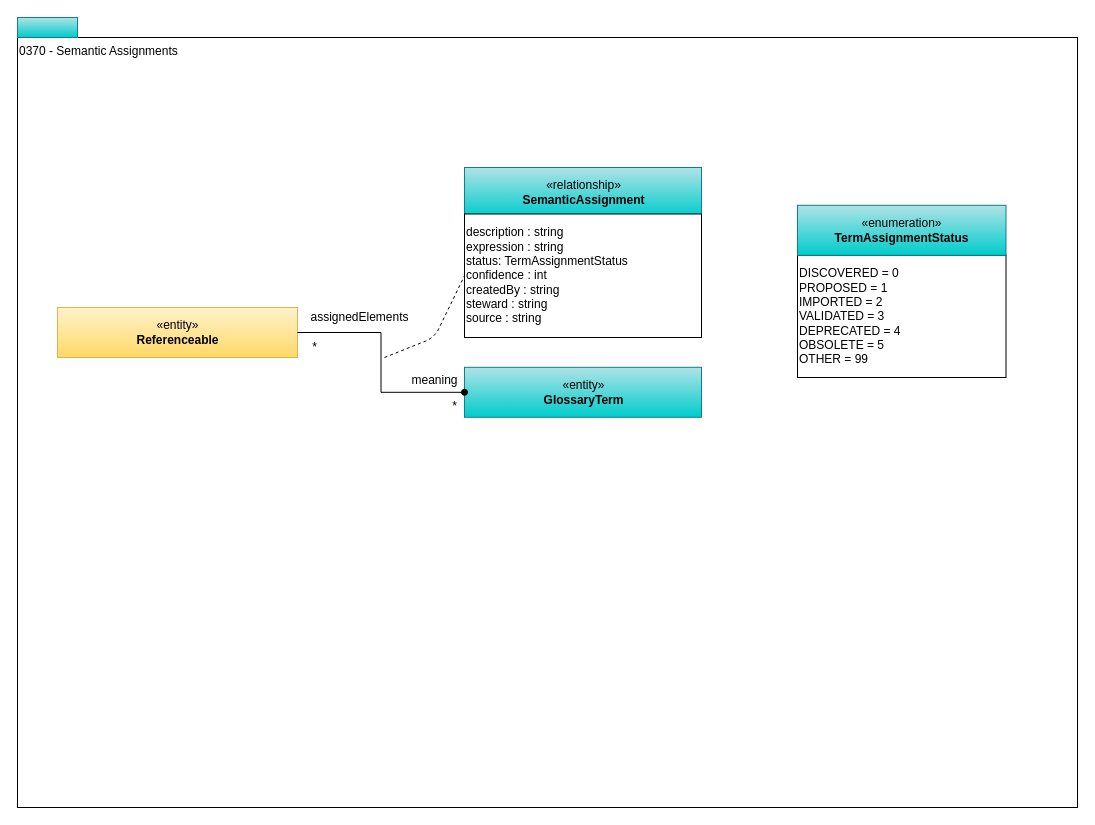
Above: page "0370-Semantic-Assignment" (9 of 14) of site/docs/types/3/area-3-glossary.drawio in odpi/egeria-docs (draw.io), before the change. Source tidied: cells renumbered, new cells numbered last; positions are measured from the earlier drawing's top-left corner, leaving out a move shared by most shapes. Both pictures are drawn from the tidied source at 100%, with x=0, y=0 at pixel (17, 17).
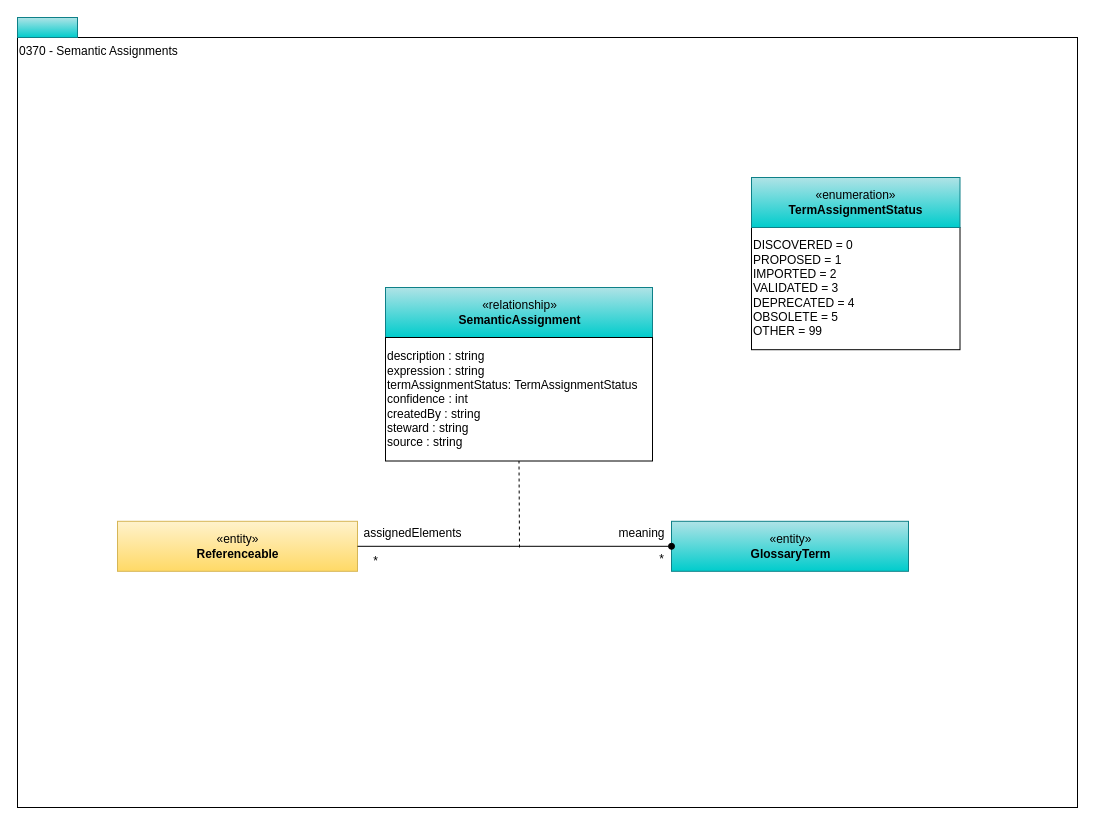
After the change.

Diff of the diagram source:
```diff
@@
 <mxGraphModel>
   <root>
     <mxCell id="0" />
     <mxCell id="1" parent="0" />
     <mxCell id="2" value="0370 - Semantic Assignments" style="rounded=0;whiteSpace=wrap;html=1;align=left;verticalAlign=top;" parent="1" vertex="1">
       <mxGeometry y="20" width="1060" height="770" as="geometry" />
     </mxCell>
     <mxCell id="3" style="rounded=0;whiteSpace=wrap;html=1;align=left;fillColor=#b0e3e6;strokeColor=#0e8088;gradientColor=#00CCCC;" parent="1" vertex="1">
       <mxGeometry width="60" height="20" as="geometry" />
     </mxCell>
     <mxCell id="4" value="«entity»&lt;br&gt;&lt;b&gt;Referenceable&lt;/b&gt;" style="html=1;strokeColor=#d6b656;align=center;fillColor=#fff2cc;gradientColor=#ffd966;" parent="1" vertex="1">
-      <mxGeometry x="40" y="290" width="240" height="50" as="geometry" />
+      <mxGeometry x="100" y="503.8" width="240" height="50" as="geometry" />
     </mxCell>
     <mxCell id="5" value="«entity»&lt;br&gt;&lt;b&gt;GlossaryTerm&lt;/b&gt;" style="html=1;strokeColor=#0e8088;align=center;fillColor=#b0e3e6;gradientColor=#00CCCC;" parent="1" vertex="1">
-      <mxGeometry x="447" y="349.8" width="237" height="50" as="geometry" />
+      <mxGeometry x="654" y="503.8" width="237" height="50" as="geometry" />
     </mxCell>
     <mxCell id="6" value="assignedElements" style="text;html=1;align=center;verticalAlign=middle;" parent="1" vertex="1">
-      <mxGeometry x="287" y="290" width="110" height="20" as="geometry" />
+      <mxGeometry x="340" y="505.9" width="110" height="20" as="geometry" />
     </mxCell>
     <mxCell id="7" value="*" style="text;html=1;align=center;verticalAlign=middle;" parent="1" vertex="1">
-      <mxGeometry x="287" y="320" width="20" height="20" as="geometry" />
+      <mxGeometry x="348" y="533.8" width="20" height="20" as="geometry" />
     </mxCell>
     <mxCell id="8" value="meaning" style="text;html=1;align=center;verticalAlign=middle;" parent="1" vertex="1">
-      <mxGeometry x="387" y="353" width="60" height="20" as="geometry" />
+      <mxGeometry x="594" y="505.9" width="60" height="20" as="geometry" />
     </mxCell>
     <mxCell id="9" value="*" style="text;html=1;align=center;verticalAlign=middle;" parent="1" vertex="1">
-      <mxGeometry x="427" y="378.8" width="20" height="20" as="geometry" />
+      <mxGeometry x="634" y="531.6" width="20" height="20" as="geometry" />
     </mxCell>
     <mxCell id="10" value="«relationship»&lt;br&gt;&lt;b&gt;SemanticAssignment&lt;/b&gt;" style="html=1;strokeColor=#0e8088;align=center;fillColor=#b0e3e6;gradientColor=#00CCCC;" parent="1" vertex="1">
-      <mxGeometry x="447" y="150" width="237" height="50" as="geometry" />
+      <mxGeometry x="368" y="270" width="267" height="50" as="geometry" />
     </mxCell>
-    <mxCell id="11" value="description : string&lt;br&gt;expression : string&lt;br&gt;status: TermAssignmentStatus&lt;br&gt;confidence : int&lt;br&gt;createdBy : string&lt;br&gt;steward : string&lt;br&gt;source : string" style="rounded=0;whiteSpace=wrap;html=1;strokeColor=#000000;gradientColor=#ffffff;align=left;" parent="1" vertex="1">
-      <mxGeometry x="447" y="196.5" width="237" height="123.5" as="geometry" />
+    <mxCell id="11" value="description : string&lt;br&gt;expression : string&lt;br&gt;termAssignmentStatus: TermAssignmentStatus&lt;br&gt;confidence : int&lt;br&gt;createdBy : string&lt;br&gt;steward : string&lt;br&gt;source : string" style="rounded=0;whiteSpace=wrap;html=1;strokeColor=#000000;gradientColor=#ffffff;align=left;" parent="1" vertex="1">
+      <mxGeometry x="368" y="320" width="267" height="123.5" as="geometry" />
     </mxCell>
-    <mxCell id="12" style="endArrow=none;dashed=1;html=1;strokeWidth=1;entryX=0;entryY=0.5;entryDx=0;entryDy=0;" parent="1" edge="1" target="11">
+    <mxCell id="12" style="endArrow=none;dashed=1;html=1;strokeWidth=1;entryX=0.5;entryY=1;entryDx=0;entryDy=0;" parent="1" edge="1" target="11">
       <mxGeometry relative="1" as="geometry">
-        <mxPoint x="367" y="340" as="sourcePoint" />
-        <Array as="points">
-          <mxPoint x="417" y="320" />
-        </Array>
+        <mxPoint x="502" y="530" as="sourcePoint" />
       </mxGeometry>
     </mxCell>
     <mxCell id="13" value="DISCOVERED = 0&lt;br&gt;PROPOSED = 1&lt;br&gt;IMPORTED = 2&lt;br&gt;VALIDATED = 3&lt;br&gt;DEPRECATED = 4&lt;br&gt;OBSOLETE = 5&lt;br&gt;OTHER = 99" style="rounded=0;whiteSpace=wrap;html=1;strokeColor=#000000;gradientColor=#ffffff;align=left;" parent="1" vertex="1">
-      <mxGeometry x="780" y="237.8" width="208.5" height="122.2" as="geometry" />
+      <mxGeometry x="734" y="210" width="208.5" height="122.2" as="geometry" />
     </mxCell>
     <mxCell id="14" value="«enumeration»&lt;br&gt;&lt;b&gt;TermAssignmentStatus&lt;/b&gt;" style="html=1;strokeColor=#0e8088;align=center;fillColor=#b0e3e6;gradientColor=#00CCCC;" parent="1" vertex="1">
-      <mxGeometry x="780" y="187.8" width="208.5" height="50" as="geometry" />
+      <mxGeometry x="734" y="160" width="208.5" height="50" as="geometry" />
     </mxCell>
     <mxCell id="15" style="edgeStyle=orthogonalEdgeStyle;rounded=0;jettySize=auto;html=1;exitX=1;exitY=0.5;exitDx=0;exitDy=0;entryX=0;entryY=0.5;entryDx=0;entryDy=0;endArrow=oval;endFill=1;endSize=6;strokeWidth=1;" parent="1" edge="1" source="4" target="5">
       <mxGeometry relative="1" as="geometry" />
     </mxCell>
   </root>
 </mxGraphModel>
```
